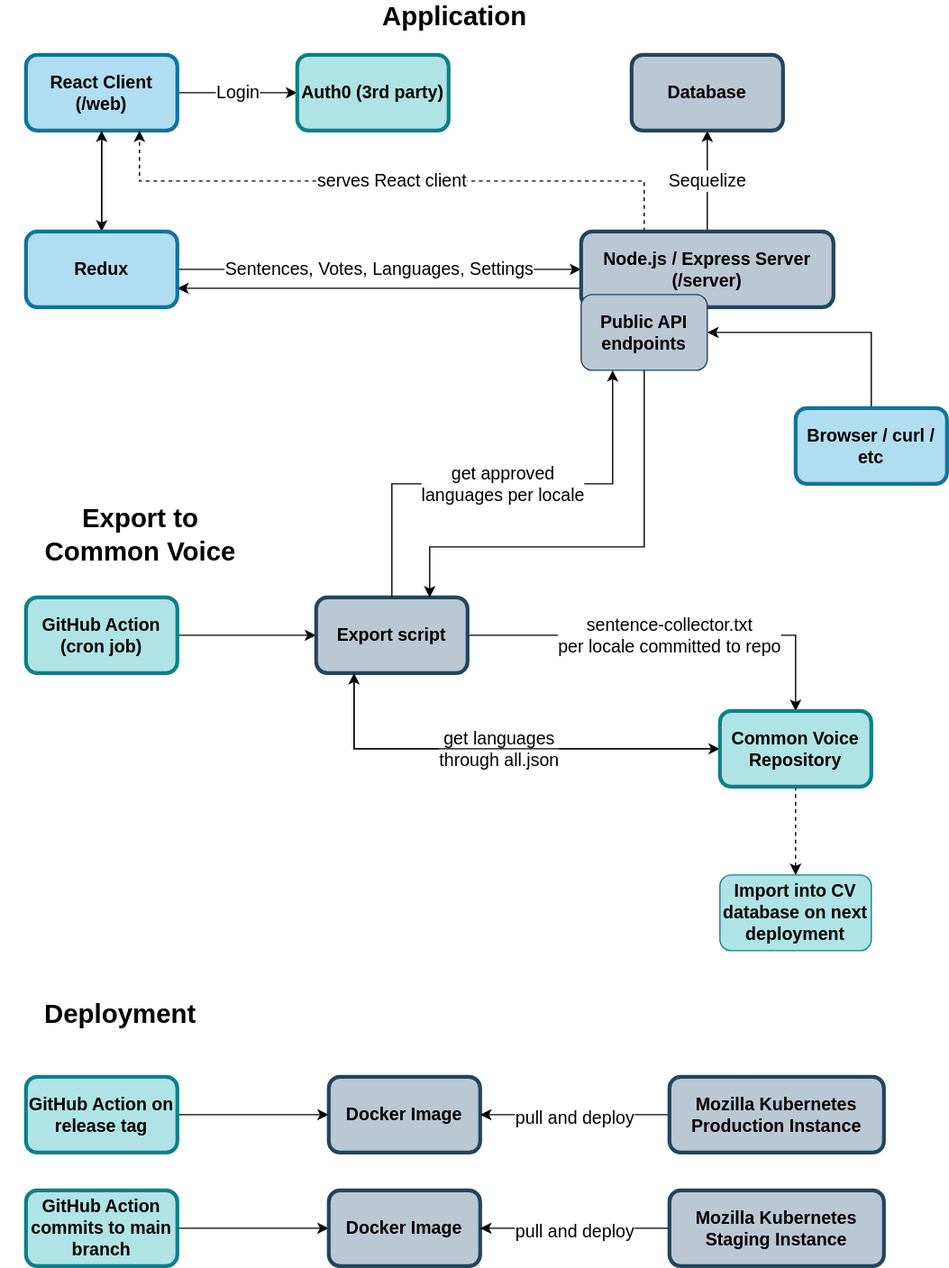
common-voice/sentence-collector keeps this draw.io diagram as docs/architecture.svg. Above is the earlier version. Source tidied: cells renumbered, new cells last; positions are measured from the earlier drawing's top-left corner, leaving out a move shared by most shapes. Its diagram source:
```xml
<mxGraphModel>
  <root>
    <mxCell id="0" />
    <mxCell id="1" parent="0" />
    <mxCell id="2" value="Sentences, Votes, Languages, Settings" style="edgeStyle=orthogonalEdgeStyle;rounded=0;jettySize=auto;html=1;exitX=1;exitY=0.5;exitDx=0;exitDy=0;entryX=0;entryY=0.5;entryDx=0;entryDy=0;fontSize=14;" parent="1" edge="1" source="12" target="9">
      <mxGeometry relative="1" as="geometry" />
    </mxCell>
    <mxCell id="3" style="edgeStyle=orthogonalEdgeStyle;rounded=0;jettySize=auto;html=1;exitX=0.5;exitY=1;exitDx=0;exitDy=0;entryX=0.5;entryY=0;entryDx=0;entryDy=0;fontSize=14;" parent="1" edge="1" source="5" target="12">
      <mxGeometry relative="1" as="geometry" />
    </mxCell>
    <mxCell id="4" value="Login" style="edgeStyle=orthogonalEdgeStyle;rounded=0;jettySize=auto;html=1;exitX=1;exitY=0.5;exitDx=0;exitDy=0;entryX=0;entryY=0.5;entryDx=0;entryDy=0;fontSize=14;" parent="1" edge="1" source="5" target="13">
      <mxGeometry relative="1" as="geometry" />
    </mxCell>
    <mxCell id="5" value="React Client (/web)" style="rounded=1;whiteSpace=wrap;html=1;fillColor=#b1ddf0;strokeColor=#10739e;strokeWidth=3;glass=0;sketch=0;shadow=0;fontStyle=1;fontSize=14;" parent="1" vertex="1">
      <mxGeometry x="20" y="41" width="120" height="60" as="geometry" />
    </mxCell>
    <mxCell id="6" value="Sequelize" style="edgeStyle=orthogonalEdgeStyle;rounded=0;jettySize=auto;html=1;exitX=0.5;exitY=0;exitDx=0;exitDy=0;entryX=0.5;entryY=1;entryDx=0;entryDy=0;fontSize=14;" parent="1" edge="1" source="9" target="10">
      <mxGeometry relative="1" as="geometry" />
    </mxCell>
    <mxCell id="7" style="edgeStyle=orthogonalEdgeStyle;rounded=0;jettySize=auto;html=1;exitX=0;exitY=0.75;exitDx=0;exitDy=0;entryX=1;entryY=0.75;entryDx=0;entryDy=0;fontSize=14;" parent="1" edge="1" source="9" target="12">
      <mxGeometry relative="1" as="geometry" />
    </mxCell>
    <mxCell id="8" value="serves React client" style="edgeStyle=orthogonalEdgeStyle;rounded=0;jettySize=auto;html=1;exitX=0.25;exitY=0;exitDx=0;exitDy=0;entryX=0.75;entryY=1;entryDx=0;entryDy=0;fontSize=14;dashed=1;" parent="1" edge="1" source="9" target="5">
      <mxGeometry relative="1" as="geometry" />
    </mxCell>
    <mxCell id="9" value="&lt;div&gt;Node.js / Express Server (/server)&lt;/div&gt;" style="rounded=1;whiteSpace=wrap;html=1;fillColor=#bac8d3;strokeColor=#23445d;strokeWidth=3;glass=0;sketch=0;shadow=0;fontStyle=1;fontSize=14;" parent="1" vertex="1">
      <mxGeometry x="460" y="181" width="200" height="60" as="geometry" />
    </mxCell>
    <mxCell id="10" value="Database" style="rounded=1;whiteSpace=wrap;html=1;fillColor=#bac8d3;strokeColor=#23445d;strokeWidth=3;glass=0;sketch=0;shadow=0;fontStyle=1;fontSize=14;" parent="1" vertex="1">
      <mxGeometry x="500" y="41" width="120" height="60" as="geometry" />
    </mxCell>
    <mxCell id="11" style="edgeStyle=orthogonalEdgeStyle;rounded=0;jettySize=auto;html=1;exitX=0.5;exitY=0;exitDx=0;exitDy=0;entryX=0.5;entryY=1;entryDx=0;entryDy=0;fontSize=14;" parent="1" edge="1" source="12" target="5">
      <mxGeometry relative="1" as="geometry" />
    </mxCell>
    <mxCell id="12" value="Redux" style="rounded=1;whiteSpace=wrap;html=1;fillColor=#b1ddf0;strokeColor=#10739e;strokeWidth=3;glass=0;sketch=0;shadow=0;fontStyle=1;fontSize=14;" parent="1" vertex="1">
      <mxGeometry x="20" y="181" width="120" height="60" as="geometry" />
    </mxCell>
    <mxCell id="13" value="Auth0 (3rd party)" style="rounded=1;whiteSpace=wrap;html=1;fillColor=#b0e3e6;strokeColor=#0e8088;strokeWidth=3;glass=0;sketch=0;shadow=0;fontStyle=1;fontSize=14;" parent="1" vertex="1">
      <mxGeometry x="235" y="41" width="120" height="60" as="geometry" />
    </mxCell>
    <mxCell id="14" style="edgeStyle=orthogonalEdgeStyle;rounded=0;jettySize=auto;html=1;exitX=0.5;exitY=0;exitDx=0;exitDy=0;entryX=1;entryY=0.5;entryDx=0;entryDy=0;fontSize=14;" parent="1" edge="1" source="15" target="25">
      <mxGeometry relative="1" as="geometry" />
    </mxCell>
    <mxCell id="15" value="Browser / curl / etc" style="rounded=1;whiteSpace=wrap;html=1;fillColor=#b1ddf0;strokeColor=#10739e;strokeWidth=3;glass=0;sketch=0;shadow=0;fontStyle=1;fontSize=14;" parent="1" vertex="1">
      <mxGeometry x="630" y="321" width="120" height="60" as="geometry" />
    </mxCell>
    <mxCell id="16" style="edgeStyle=orthogonalEdgeStyle;rounded=0;jettySize=auto;html=1;exitX=1;exitY=0.5;exitDx=0;exitDy=0;entryX=0;entryY=0.5;entryDx=0;entryDy=0;fontSize=14;" parent="1" edge="1" source="17" target="20">
      <mxGeometry relative="1" as="geometry" />
    </mxCell>
    <mxCell id="17" value="GitHub Action (cron job)" style="rounded=1;whiteSpace=wrap;html=1;fillColor=#b0e3e6;strokeColor=#0e8088;strokeWidth=3;glass=0;sketch=0;shadow=0;fontStyle=1;fontSize=14;" parent="1" vertex="1">
      <mxGeometry x="20" y="471" width="120" height="60" as="geometry" />
    </mxCell>
    <mxCell id="18" value="&lt;div&gt;get languages&lt;/div&gt;&lt;div&gt;through all.json&lt;/div&gt;" style="edgeStyle=orthogonalEdgeStyle;rounded=0;jettySize=auto;html=1;exitX=0.25;exitY=1;exitDx=0;exitDy=0;entryX=0;entryY=0.5;entryDx=0;entryDy=0;fontSize=14;" parent="1" edge="1" source="20" target="23">
      <mxGeometry relative="1" as="geometry" />
    </mxCell>
    <mxCell id="19" value="&lt;div&gt;sentence-collector.txt&lt;/div&gt;&lt;div&gt;per locale committed to repo&lt;br&gt;&lt;/div&gt;" style="edgeStyle=orthogonalEdgeStyle;rounded=0;jettySize=auto;html=1;exitX=1;exitY=0.5;exitDx=0;exitDy=0;entryX=0.5;entryY=0;entryDx=0;entryDy=0;fontSize=14;" parent="1" edge="1" source="20" target="23">
      <mxGeometry relative="1" as="geometry" />
    </mxCell>
    <mxCell id="20" value="Export script" style="rounded=1;whiteSpace=wrap;html=1;fillColor=#bac8d3;strokeColor=#23445d;strokeWidth=3;glass=0;sketch=0;shadow=0;fontStyle=1;fontSize=14;" parent="1" vertex="1">
      <mxGeometry x="250" y="471" width="120" height="60" as="geometry" />
    </mxCell>
    <mxCell id="21" style="edgeStyle=orthogonalEdgeStyle;rounded=0;jettySize=auto;html=1;exitX=0.5;exitY=1;exitDx=0;exitDy=0;entryX=0.5;entryY=0;entryDx=0;entryDy=0;dashed=1;fontSize=21;" parent="1" edge="1" source="23" target="29">
      <mxGeometry relative="1" as="geometry" />
    </mxCell>
    <mxCell id="22" style="edgeStyle=orthogonalEdgeStyle;rounded=0;jettySize=auto;html=1;exitX=0;exitY=0.5;exitDx=0;exitDy=0;entryX=0.25;entryY=1;entryDx=0;entryDy=0;fontSize=21;" parent="1" edge="1" source="23" target="20">
      <mxGeometry relative="1" as="geometry" />
    </mxCell>
    <mxCell id="23" value="Common Voice Repository" style="rounded=1;whiteSpace=wrap;html=1;fillColor=#b0e3e6;strokeColor=#0e8088;strokeWidth=3;glass=0;sketch=0;shadow=0;fontStyle=1;fontSize=14;" parent="1" vertex="1">
      <mxGeometry x="570" y="561" width="120" height="60" as="geometry" />
    </mxCell>
    <mxCell id="24" style="edgeStyle=orthogonalEdgeStyle;rounded=0;jettySize=auto;html=1;exitX=0.5;exitY=1;exitDx=0;exitDy=0;entryX=0.75;entryY=0;entryDx=0;entryDy=0;fontSize=14;" parent="1" edge="1" source="25" target="20">
      <mxGeometry relative="1" as="geometry">
        <Array as="points">
          <mxPoint x="510" y="431" />
          <mxPoint x="340" y="431" />
        </Array>
      </mxGeometry>
    </mxCell>
    <mxCell id="25" value="Public API endpoints" style="rounded=1;whiteSpace=wrap;html=1;fillColor=#bac8d3;strokeColor=#23445d;strokeWidth=1;glass=0;sketch=0;shadow=0;fontStyle=1;fontSize=14;" parent="1" vertex="1">
      <mxGeometry x="460" y="231" width="100" height="60" as="geometry" />
    </mxCell>
    <mxCell id="26" value="&lt;div&gt;get approved&lt;/div&gt;&lt;div&gt;languages per locale&lt;/div&gt;" style="edgeStyle=orthogonalEdgeStyle;rounded=0;jettySize=auto;html=1;exitX=0.5;exitY=0;exitDx=0;exitDy=0;entryX=0.25;entryY=1;entryDx=0;entryDy=0;fontSize=14;" parent="1" edge="1" source="20" target="25">
      <mxGeometry relative="1" as="geometry" />
    </mxCell>
    <mxCell id="27" value="Application" style="text;html=1;strokeColor=none;fillColor=none;align=center;verticalAlign=middle;whiteSpace=wrap;rounded=0;shadow=0;glass=0;sketch=0;fontSize=21;fontStyle=1;" parent="1" vertex="1">
      <mxGeometry x="340" width="40" height="20" as="geometry" />
    </mxCell>
    <mxCell id="28" value="Export to Common Voice" style="text;html=1;strokeColor=none;fillColor=none;align=center;verticalAlign=middle;whiteSpace=wrap;rounded=0;shadow=0;glass=0;sketch=0;fontSize=21;fontStyle=1;" parent="1" vertex="1">
      <mxGeometry x="16" y="411" width="190" height="20" as="geometry" />
    </mxCell>
    <mxCell id="29" value="Import into CV database on next deployment" style="rounded=1;whiteSpace=wrap;html=1;fillColor=#b0e3e6;strokeColor=#0e8088;strokeWidth=1;glass=0;sketch=0;shadow=0;fontStyle=1;fontSize=14;" parent="1" vertex="1">
      <mxGeometry x="570" y="691" width="120" height="60" as="geometry" />
    </mxCell>
    <mxCell id="30" value="Deployment" style="text;html=1;strokeColor=none;fillColor=none;align=center;verticalAlign=middle;whiteSpace=wrap;rounded=0;shadow=0;glass=0;sketch=0;fontSize=21;fontStyle=1;" parent="1" vertex="1">
      <mxGeometry y="791" width="190" height="20" as="geometry" />
    </mxCell>
    <mxCell id="31" style="edgeStyle=orthogonalEdgeStyle;rounded=0;jettySize=auto;html=1;exitX=1;exitY=0.5;exitDx=0;exitDy=0;entryX=0;entryY=0.5;entryDx=0;entryDy=0;fontSize=21;" parent="1" edge="1" source="32" target="33">
      <mxGeometry relative="1" as="geometry" />
    </mxCell>
    <mxCell id="32" value="GitHub Action on release tag" style="rounded=1;whiteSpace=wrap;html=1;fillColor=#b0e3e6;strokeColor=#0e8088;strokeWidth=3;glass=0;sketch=0;shadow=0;fontStyle=1;fontSize=14;" parent="1" vertex="1">
      <mxGeometry x="20" y="851" width="120" height="60" as="geometry" />
    </mxCell>
    <mxCell id="33" value="Docker Image" style="rounded=1;whiteSpace=wrap;html=1;fillColor=#bac8d3;strokeColor=#23445d;strokeWidth=3;glass=0;sketch=0;shadow=0;fontStyle=1;fontSize=14;" parent="1" vertex="1">
      <mxGeometry x="260" y="851" width="120" height="60" as="geometry" />
    </mxCell>
    <mxCell id="34" value="&lt;font style=&quot;font-size: 14px&quot;&gt;pull and deploy&lt;br&gt;&lt;/font&gt;" style="edgeStyle=orthogonalEdgeStyle;rounded=0;jettySize=auto;html=1;exitX=0;exitY=0.5;exitDx=0;exitDy=0;entryX=1;entryY=0.5;entryDx=0;entryDy=0;fontSize=21;" parent="1" edge="1" source="35" target="33">
      <mxGeometry relative="1" as="geometry" />
    </mxCell>
    <mxCell id="35" value="Mozilla Kubernetes Production Instance" style="rounded=1;whiteSpace=wrap;html=1;fillColor=#bac8d3;strokeColor=#23445d;strokeWidth=3;glass=0;sketch=0;shadow=0;fontStyle=1;fontSize=14;" parent="1" vertex="1">
      <mxGeometry x="530" y="851" width="170" height="60" as="geometry" />
    </mxCell>
    <mxCell id="36" style="edgeStyle=orthogonalEdgeStyle;rounded=0;jettySize=auto;html=1;exitX=1;exitY=0.5;exitDx=0;exitDy=0;entryX=0;entryY=0.5;entryDx=0;entryDy=0;fontSize=21;" parent="1" edge="1" source="37" target="38">
      <mxGeometry relative="1" as="geometry" />
    </mxCell>
    <mxCell id="37" value="GitHub Action commits to main branch" style="rounded=1;whiteSpace=wrap;html=1;fillColor=#b0e3e6;strokeColor=#0e8088;strokeWidth=3;glass=0;sketch=0;shadow=0;fontStyle=1;fontSize=14;" parent="1" vertex="1">
      <mxGeometry x="20" y="941" width="120" height="60" as="geometry" />
    </mxCell>
    <mxCell id="38" value="Docker Image" style="rounded=1;whiteSpace=wrap;html=1;fillColor=#bac8d3;strokeColor=#23445d;strokeWidth=3;glass=0;sketch=0;shadow=0;fontStyle=1;fontSize=14;" parent="1" vertex="1">
      <mxGeometry x="260" y="941" width="120" height="60" as="geometry" />
    </mxCell>
    <mxCell id="39" value="&lt;font style=&quot;font-size: 14px&quot;&gt;pull and deploy&lt;br&gt;&lt;/font&gt;" style="edgeStyle=orthogonalEdgeStyle;rounded=0;jettySize=auto;html=1;exitX=0;exitY=0.5;exitDx=0;exitDy=0;entryX=1;entryY=0.5;entryDx=0;entryDy=0;fontSize=21;" parent="1" edge="1" source="40" target="38">
      <mxGeometry relative="1" as="geometry" />
    </mxCell>
    <mxCell id="40" value="Mozilla Kubernetes Staging Instance" style="rounded=1;whiteSpace=wrap;html=1;fillColor=#bac8d3;strokeColor=#23445d;strokeWidth=3;glass=0;sketch=0;shadow=0;fontStyle=1;fontSize=14;" parent="1" vertex="1">
      <mxGeometry x="530" y="941" width="170" height="60" as="geometry" />
    </mxCell>
  </root>
</mxGraphModel>
```
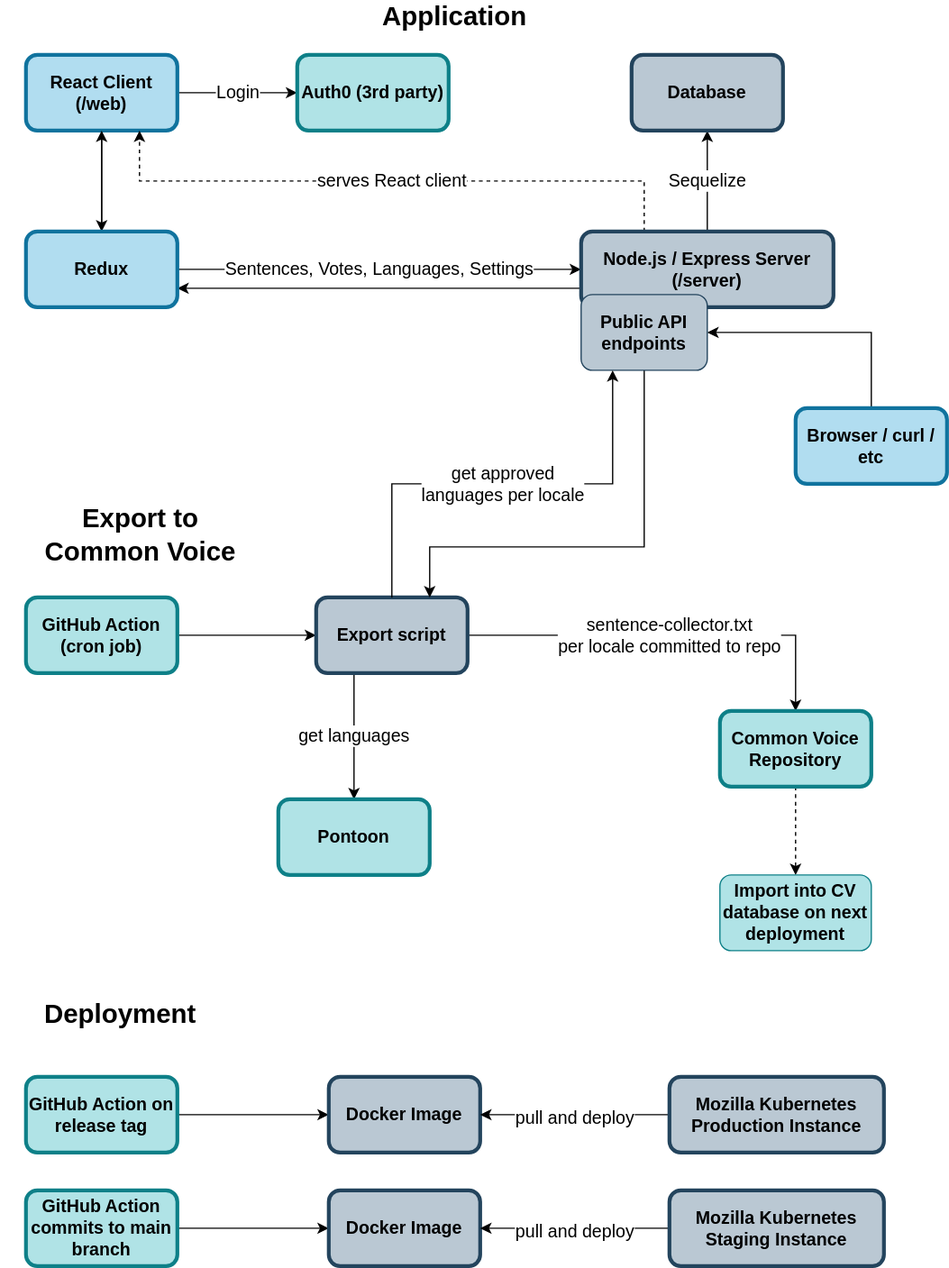
Above is the later version.

What changed in the source:
```diff
@@ -50,7 +50,7 @@
     <mxCell id="17" value="GitHub Action (cron job)" style="rounded=1;whiteSpace=wrap;html=1;fillColor=#b0e3e6;strokeColor=#0e8088;strokeWidth=3;glass=0;sketch=0;shadow=0;fontStyle=1;fontSize=14;" parent="1" vertex="1">
       <mxGeometry x="20" y="471" width="120" height="60" as="geometry" />
     </mxCell>
-    <mxCell id="18" value="&lt;div&gt;get languages&lt;/div&gt;&lt;div&gt;through all.json&lt;/div&gt;" style="edgeStyle=orthogonalEdgeStyle;rounded=0;jettySize=auto;html=1;exitX=0.25;exitY=1;exitDx=0;exitDy=0;entryX=0;entryY=0.5;entryDx=0;entryDy=0;fontSize=14;" parent="1" edge="1" source="20" target="23">
+    <mxCell id="18" value="&lt;div&gt;get languages&lt;/div&gt;" style="edgeStyle=orthogonalEdgeStyle;rounded=0;jettySize=auto;html=1;exitX=0.25;exitY=1;exitDx=0;exitDy=0;fontSize=14;entryX=0.5;entryY=0;entryDx=0;entryDy=0;" parent="1" edge="1" source="20" target="41">
       <mxGeometry relative="1" as="geometry" />
     </mxCell>
     <mxCell id="19" value="&lt;div&gt;sentence-collector.txt&lt;/div&gt;&lt;div&gt;per locale committed to repo&lt;br&gt;&lt;/div&gt;" style="edgeStyle=orthogonalEdgeStyle;rounded=0;jettySize=auto;html=1;exitX=1;exitY=0.5;exitDx=0;exitDy=0;entryX=0.5;entryY=0;entryDx=0;entryDy=0;fontSize=14;" parent="1" edge="1" source="20" target="23">
@@ -62,9 +62,6 @@
     <mxCell id="21" style="edgeStyle=orthogonalEdgeStyle;rounded=0;jettySize=auto;html=1;exitX=0.5;exitY=1;exitDx=0;exitDy=0;entryX=0.5;entryY=0;entryDx=0;entryDy=0;dashed=1;fontSize=21;" parent="1" edge="1" source="23" target="29">
       <mxGeometry relative="1" as="geometry" />
     </mxCell>
-    <mxCell id="22" style="edgeStyle=orthogonalEdgeStyle;rounded=0;jettySize=auto;html=1;exitX=0;exitY=0.5;exitDx=0;exitDy=0;entryX=0.25;entryY=1;entryDx=0;entryDy=0;fontSize=21;" parent="1" edge="1" source="23" target="20">
-      <mxGeometry relative="1" as="geometry" />
-    </mxCell>
     <mxCell id="23" value="Common Voice Repository" style="rounded=1;whiteSpace=wrap;html=1;fillColor=#b0e3e6;strokeColor=#0e8088;strokeWidth=3;glass=0;sketch=0;shadow=0;fontStyle=1;fontSize=14;" parent="1" vertex="1">
       <mxGeometry x="570" y="561" width="120" height="60" as="geometry" />
     </mxCell>
@@ -124,5 +121,8 @@
     <mxCell id="40" value="Mozilla Kubernetes Staging Instance" style="rounded=1;whiteSpace=wrap;html=1;fillColor=#bac8d3;strokeColor=#23445d;strokeWidth=3;glass=0;sketch=0;shadow=0;fontStyle=1;fontSize=14;" parent="1" vertex="1">
       <mxGeometry x="530" y="941" width="170" height="60" as="geometry" />
     </mxCell>
+    <mxCell id="41" value="Pontoon" style="rounded=1;whiteSpace=wrap;html=1;fillColor=#b0e3e6;strokeColor=#0e8088;strokeWidth=3;glass=0;sketch=0;shadow=0;fontStyle=1;fontSize=14;" parent="1" vertex="1">
+      <mxGeometry x="220" y="631" width="120" height="60" as="geometry" />
+    </mxCell>
   </root>
 </mxGraphModel>
```
